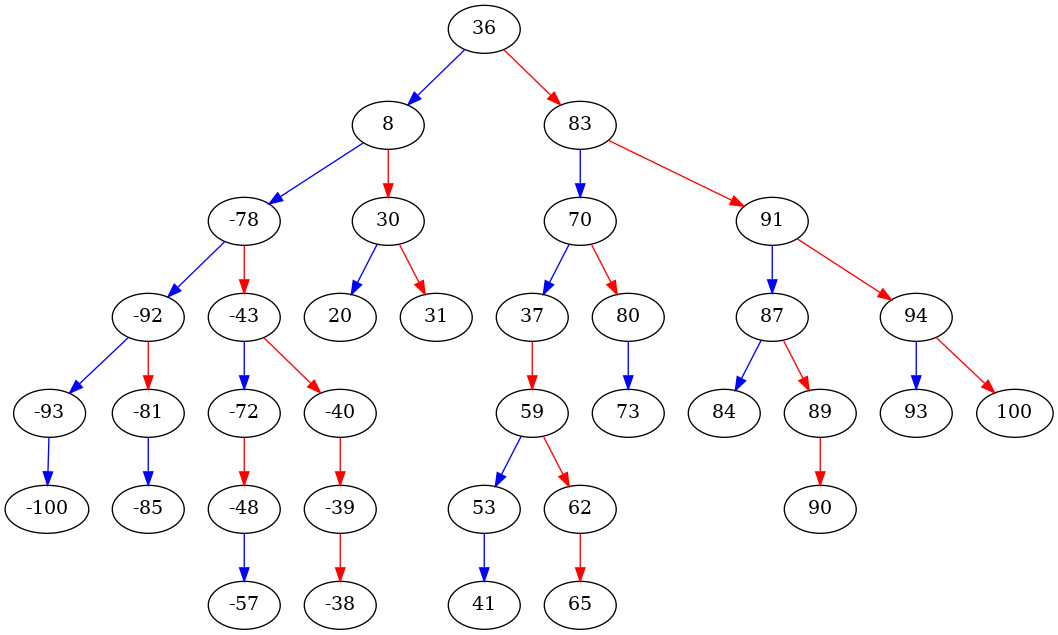
This is lab_06_01/visual.png from Lesa-yps/TISD, a Graphviz export, as it was before one commit. Its source is kept beside it as lab_06_01/visual.gv.
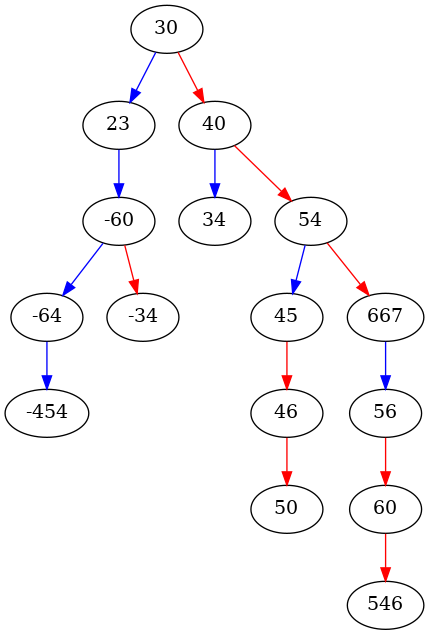
Later version of the same file.

The edit, as a diff of the source:
```diff
@@ -1,37 +1,17 @@
 digraph visual_tree {
-36 -> 8 [color = blue];
-36 -> 83 [color = red];
-8 -> -78 [color = blue];
-8 -> 30 [color = red];
--78 -> -92 [color = blue];
--78 -> -43 [color = red];
--92 -> -93 [color = blue];
--92 -> -81 [color = red];
--93 -> -100 [color = blue];
--81 -> -85 [color = blue];
--43 -> -72 [color = blue];
--43 -> -40 [color = red];
--72 -> -48 [color = red];
--48 -> -57 [color = blue];
--40 -> -39 [color = red];
--39 -> -38 [color = red];
-30 -> 20 [color = blue];
-30 -> 31 [color = red];
-83 -> 70 [color = blue];
-83 -> 91 [color = red];
-70 -> 37 [color = blue];
-70 -> 80 [color = red];
-37 -> 59 [color = red];
-59 -> 53 [color = blue];
-59 -> 62 [color = red];
-53 -> 41 [color = blue];
-62 -> 65 [color = red];
-80 -> 73 [color = blue];
-91 -> 87 [color = blue];
-91 -> 94 [color = red];
-87 -> 84 [color = blue];
-87 -> 89 [color = red];
-89 -> 90 [color = red];
-94 -> 93 [color = blue];
-94 -> 100 [color = red];
+30 -> 23 [color = blue];
+30 -> 40 [color = red];
+23 -> -60 [color = blue];
+-60 -> -64 [color = blue];
+-60 -> -34 [color = red];
+-64 -> -454 [color = blue];
+40 -> 34 [color = blue];
+40 -> 54 [color = red];
+54 -> 45 [color = blue];
+54 -> 667 [color = red];
+45 -> 46 [color = red];
+46 -> 50 [color = red];
+667 -> 56 [color = blue];
+56 -> 60 [color = red];
+60 -> 546 [color = red];
 }
```
